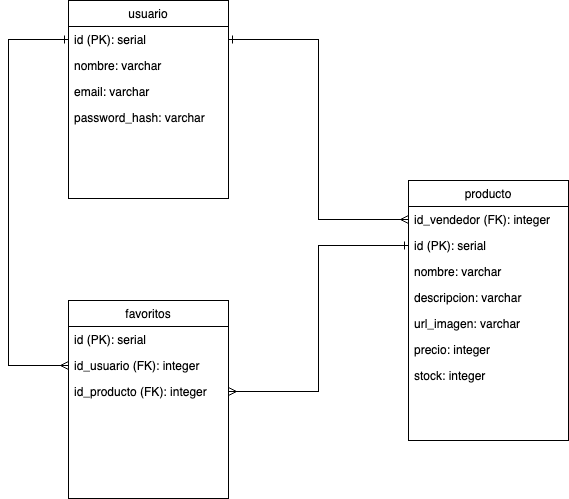
Earlier version of the draw.io export docs/arquitectura/database.drawio.png (Jesus-Medina/Proyecto-Final-Vegan-Marketplace). Source tidied: cells renumbered, new cells last; positions are measured from the earlier drawing's top-left corner, leaving out a move shared by most shapes.
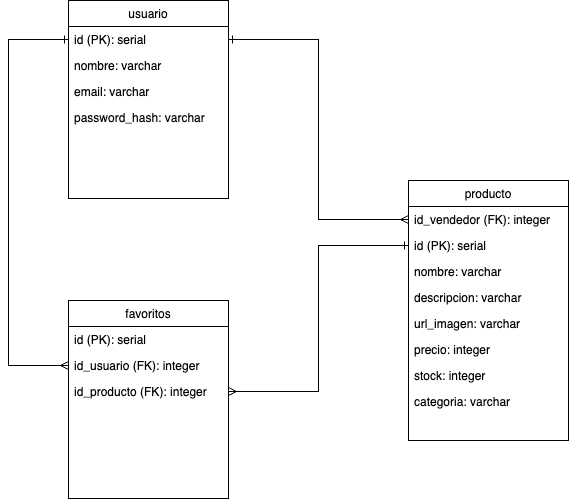
The same diagram one commit later.

Commit message:
correccion base de datos

Change to the diagram source:
```diff
@@ -41,6 +41,9 @@
     <mxCell id="14" value="stock: integer" style="text;align=left;verticalAlign=top;spacingLeft=4;spacingRight=4;overflow=hidden;" parent="7" vertex="1">
       <mxGeometry y="182" width="160" height="26" as="geometry" />
     </mxCell>
+    <mxCell id="22" value="categoria: varchar" style="text;align=left;verticalAlign=top;spacingLeft=4;spacingRight=4;overflow=hidden;" parent="7" vertex="1">
+      <mxGeometry y="208" width="160" height="26" as="geometry" />
+    </mxCell>
     <mxCell id="15" style="edgeStyle=orthogonalEdgeStyle;rounded=0;jettySize=auto;html=1;exitX=0;exitY=0.5;exitDx=0;exitDy=0;entryX=1;entryY=0.5;entryDx=0;entryDy=0;startArrow=ERmany;startFill=0;endArrow=ERone;endFill=0;" parent="1" edge="1" source="8" target="3">
       <mxGeometry relative="1" as="geometry" />
     </mxCell>
```
